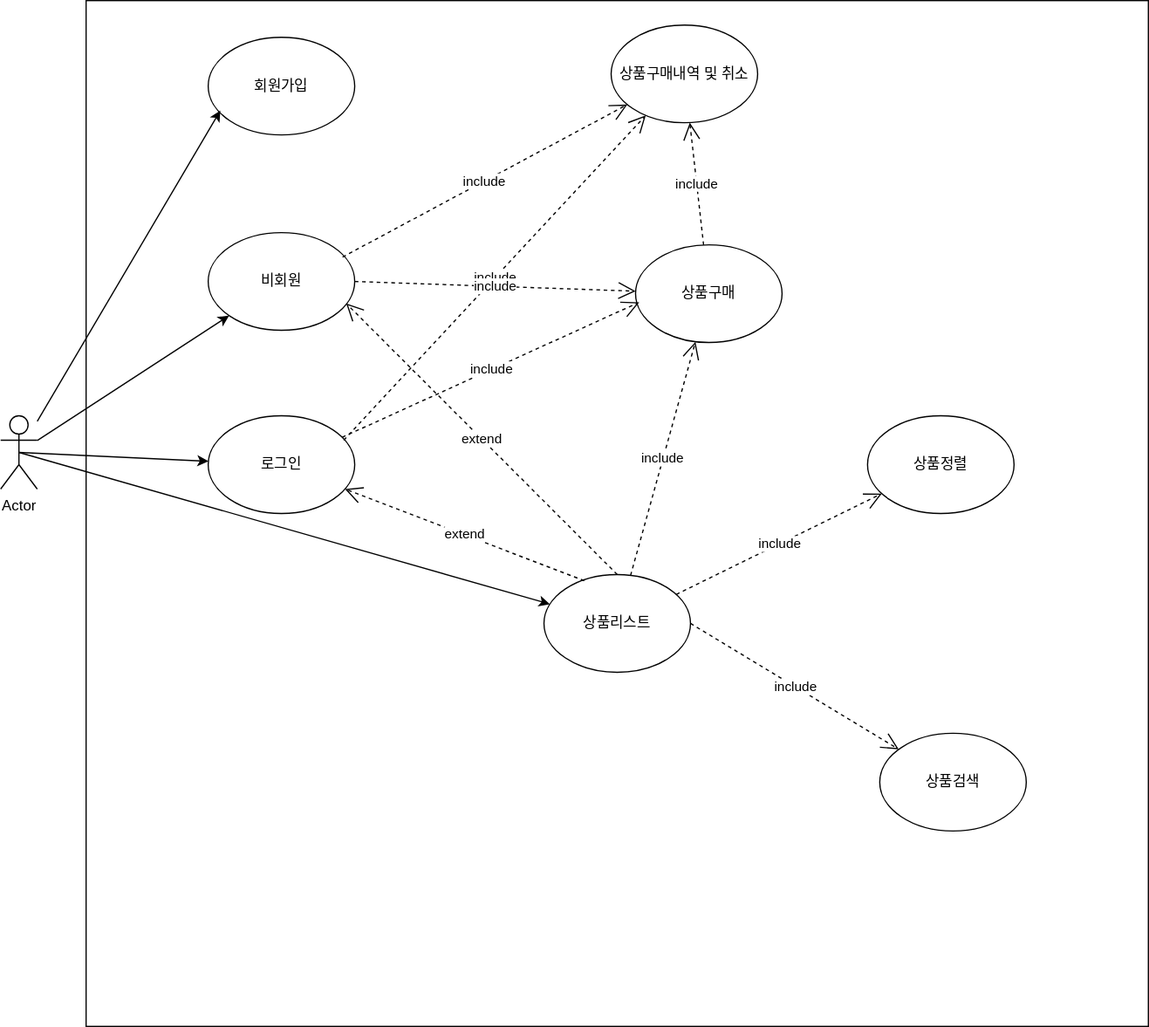
This is 제목 없는 다이어그램.drawio.svg from pjw0808/portfolio, a draw.io export, as it was before one commit. Source tidied: cells renumbered, new cells last; positions are measured from the earlier drawing's top-left corner, leaving out a move shared by most shapes.
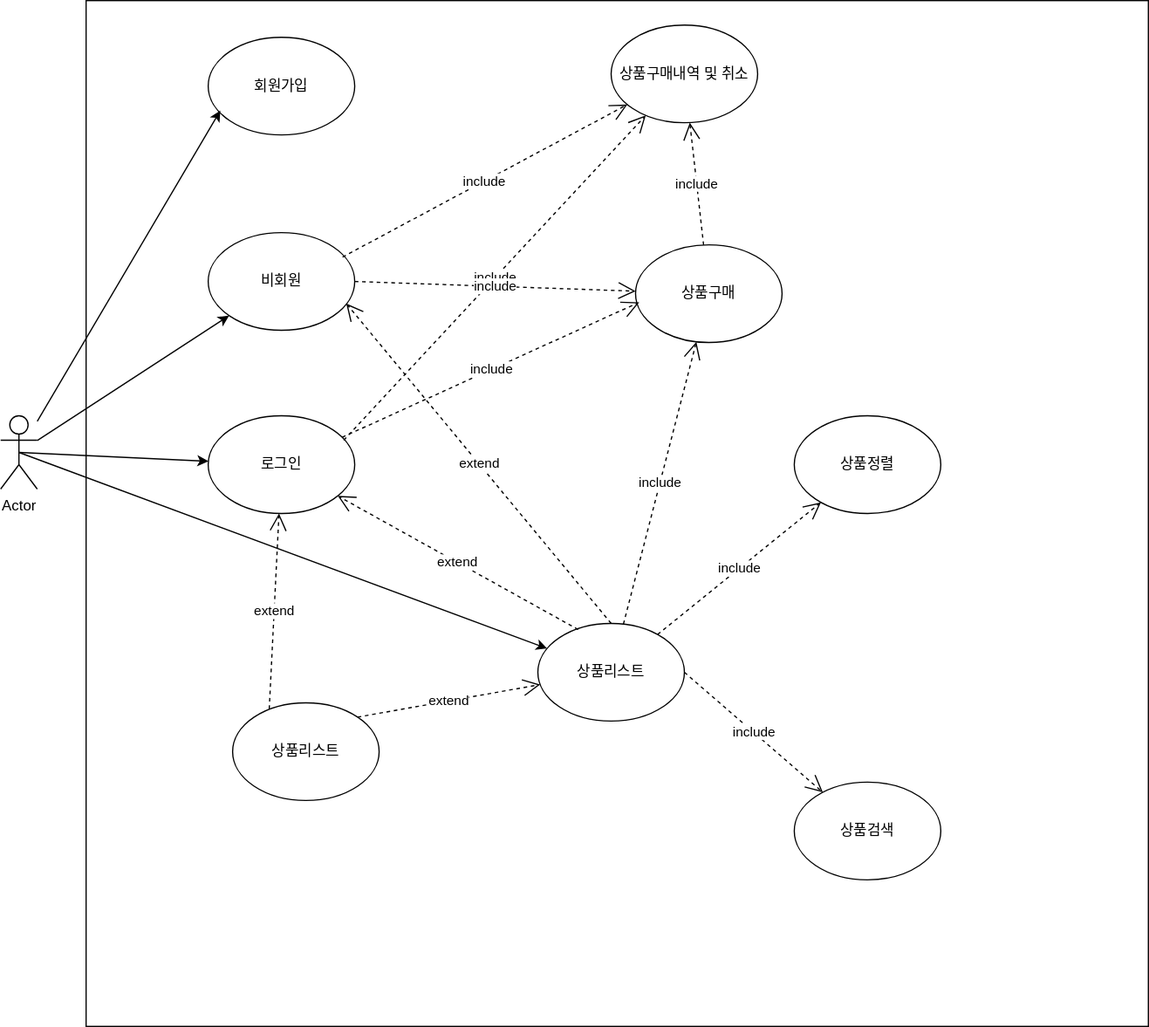
The same diagram one commit later.

Commit message:
제목 없는 다이어그램.drawio.svg 업데이트

Change to the diagram source:
```diff
@@ -21,13 +21,13 @@
       <mxGeometry relative="1" as="geometry" />
     </mxCell>
     <mxCell id="8" value="상품리스트" style="ellipse;whiteSpace=wrap;html=1;" parent="1" vertex="1">
-      <mxGeometry x="445" y="470" width="120" height="80" as="geometry" />
+      <mxGeometry x="440" y="510" width="120" height="80" as="geometry" />
     </mxCell>
     <mxCell id="9" style="endArrow=classic;html=1;rounded=0;exitX=0.5;exitY=0.5;exitDx=0;exitDy=0;exitPerimeter=0;" parent="1" edge="1" source="4" target="8">
       <mxGeometry relative="1" as="geometry" />
     </mxCell>
     <mxCell id="10" value="상품정렬" style="ellipse;whiteSpace=wrap;html=1;" parent="1" vertex="1">
-      <mxGeometry x="710" y="340" width="120" height="80" as="geometry" />
+      <mxGeometry x="650" y="340" width="120" height="80" as="geometry" />
     </mxCell>
     <mxCell id="11" value="include" style="endArrow=open;endSize=12;dashed=1;html=1;rounded=0;" parent="1" edge="1" source="8" target="10">
       <mxGeometry relative="1" as="geometry" />
@@ -69,10 +69,21 @@
       <mxGeometry relative="1" as="geometry" />
     </mxCell>
     <mxCell id="24" value="상품검색" style="ellipse;whiteSpace=wrap;html=1;" parent="1" vertex="1">
-      <mxGeometry x="720" y="600" width="120" height="80" as="geometry" />
+      <mxGeometry x="650" y="640" width="120" height="80" as="geometry" />
     </mxCell>
     <mxCell id="25" value="include" style="endArrow=open;endSize=12;dashed=1;html=1;rounded=0;exitX=1;exitY=0.5;exitDx=0;exitDy=0;" parent="1" edge="1" source="8" target="24">
       <mxGeometry relative="1" as="geometry" />
     </mxCell>
+    <mxCell id="26" value="상품리스트" style="ellipse;whiteSpace=wrap;html=1;" parent="1" vertex="1">
+      <mxGeometry x="190" y="575" width="120" height="80" as="geometry" />
+    </mxCell>
+    <mxCell id="27" value="extend" style="endArrow=open;endSize=12;dashed=1;html=1;rounded=0;" parent="1" edge="1" target="3">
+      <mxGeometry relative="1" as="geometry">
+        <mxPoint x="220" y="580" as="sourcePoint" />
+      </mxGeometry>
+    </mxCell>
+    <mxCell id="28" value="extend" style="endArrow=open;endSize=12;dashed=1;html=1;rounded=0;exitX=1;exitY=0;exitDx=0;exitDy=0;" parent="1" edge="1" source="26" target="8">
+      <mxGeometry relative="1" as="geometry" />
+    </mxCell>
   </root>
 </mxGraphModel>
```
